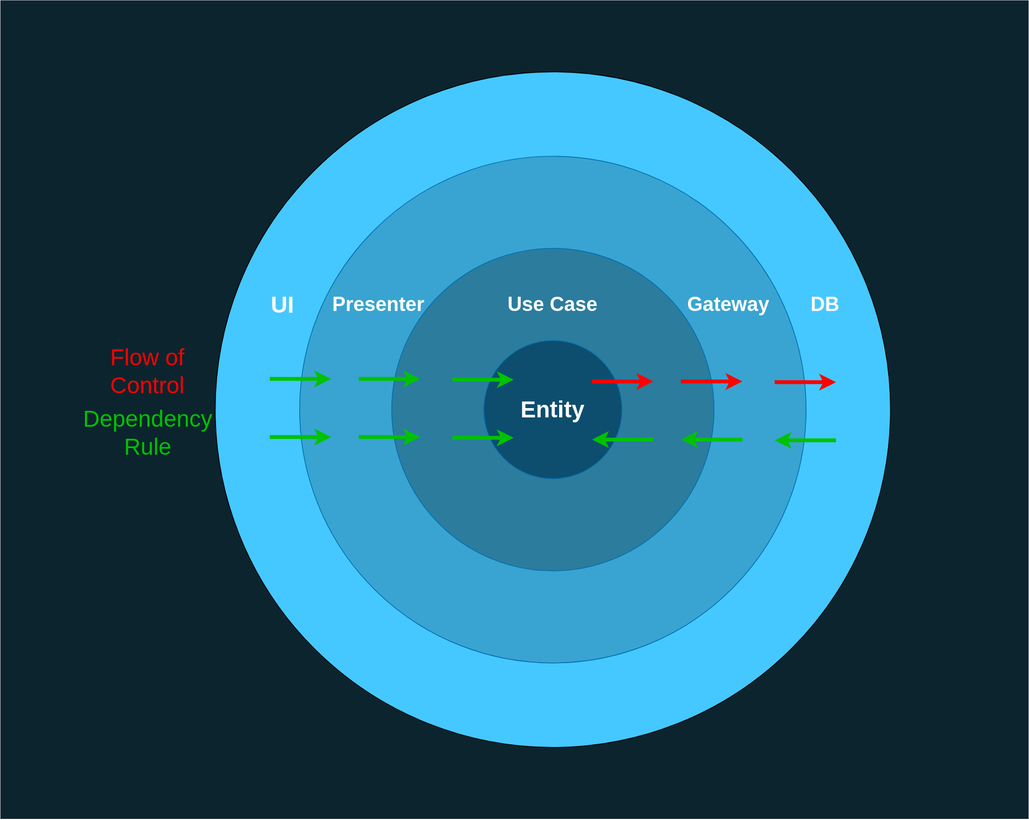
Above: diagrams/images/caFlowControlDependencyRule2.svg in AlexanderLapygin/dependency-inversion-slides (draw.io), before the change. Source tidied: cells renumbered, new cells last; positions are measured from the earlier drawing's top-left corner, leaving out a move shared by most shapes. Its diagram source:
```xml
<mxGraphModel background="#ffffff">
  <root>
    <mxCell id="0" />
    <mxCell id="1" parent="0" />
    <mxCell id="2" style="rounded=0;whiteSpace=wrap;html=1;fillColor=#0C242E;fontSize=30;fontColor=#FFFFFF;strokeColor=none;" parent="1" vertex="1">
      <mxGeometry y="-0.1" width="1340" height="1066.2" as="geometry" />
    </mxCell>
    <mxCell id="3" style="ellipse;whiteSpace=wrap;html=1;fillColor=#45C8FF;fontSize=30;labelPosition=center;verticalLabelPosition=top;align=center;verticalAlign=bottom;" parent="1" vertex="1">
      <mxGeometry x="280" y="93" width="880" height="880" as="geometry" />
    </mxCell>
    <mxCell id="4" style="ellipse;whiteSpace=wrap;html=1;fillColor=#39A4D1;fontSize=30;labelPosition=center;verticalLabelPosition=top;align=center;verticalAlign=bottom;fontStyle=0;strokeColor=#006EAF;fontColor=#ffffff;" parent="1" vertex="1">
      <mxGeometry x="390" y="203" width="660" height="660" as="geometry" />
    </mxCell>
    <mxCell id="5" style="ellipse;whiteSpace=wrap;html=1;fillColor=#2C7C9E;fontSize=30;labelPosition=center;verticalLabelPosition=top;align=center;verticalAlign=bottom;strokeColor=#006EAF;fontColor=#ffffff;" parent="1" vertex="1">
      <mxGeometry x="510" y="323" width="420" height="420" as="geometry" />
    </mxCell>
    <mxCell id="6" value="Entity" style="ellipse;whiteSpace=wrap;html=1;fillColor=#0D4E6E;fontSize=30;fontStyle=1;strokeColor=#006EAF;fontColor=#ffffff;" parent="1" vertex="1">
      <mxGeometry x="630" y="443" width="180" height="180" as="geometry" />
    </mxCell>
    <mxCell id="7" value="Use Case" style="text;html=1;strokeColor=none;fillColor=none;align=center;verticalAlign=middle;whiteSpace=wrap;rounded=0;fontSize=26;fontStyle=1;fontColor=#FFFFFF;" parent="1" vertex="1">
      <mxGeometry x="635" y="361" width="170" height="70" as="geometry" />
    </mxCell>
    <mxCell id="8" value="Presenter" style="text;html=1;strokeColor=none;fillColor=none;align=center;verticalAlign=middle;whiteSpace=wrap;rounded=0;fontSize=26;fontStyle=1;fontColor=#FFFFFF;" parent="1" vertex="1">
      <mxGeometry x="408" y="356" width="170" height="80" as="geometry" />
    </mxCell>
    <mxCell id="9" value="Gateway" style="text;html=1;strokeColor=none;fillColor=none;align=center;verticalAlign=middle;whiteSpace=wrap;rounded=0;fontSize=26;fontStyle=1;fontColor=#FFFFFF;" parent="1" vertex="1">
      <mxGeometry x="890" y="356" width="118" height="80" as="geometry" />
    </mxCell>
    <mxCell id="10" value="DB" style="text;html=1;strokeColor=none;fillColor=none;align=center;verticalAlign=middle;whiteSpace=wrap;rounded=0;fontSize=26;fontStyle=1;fontColor=#FFFFFF;" parent="1" vertex="1">
      <mxGeometry x="1020" y="371" width="110" height="50" as="geometry" />
    </mxCell>
    <mxCell id="11" value="UI" style="text;html=1;strokeColor=none;fillColor=none;align=center;verticalAlign=middle;whiteSpace=wrap;rounded=0;fontSize=30;fontStyle=1;fontColor=#FFFFFF;" parent="1" vertex="1">
      <mxGeometry x="328" y="356" width="80" height="80" as="geometry" />
    </mxCell>
    <mxCell id="12" style="endArrow=classic;html=1;fontSize=30;endFill=1;strokeWidth=5;strokeColor=#00C200;" parent="1" edge="1">
      <mxGeometry relative="1" as="geometry">
        <mxPoint x="851" y="572" as="sourcePoint" />
        <mxPoint x="771" y="572" as="targetPoint" />
      </mxGeometry>
    </mxCell>
    <mxCell id="13" style="endArrow=classic;html=1;fontSize=30;endFill=1;strokeWidth=5;strokeColor=#00C200;" parent="1" edge="1">
      <mxGeometry relative="1" as="geometry">
        <mxPoint x="967" y="572" as="sourcePoint" />
        <mxPoint x="887" y="572" as="targetPoint" />
      </mxGeometry>
    </mxCell>
    <mxCell id="14" style="endArrow=classic;html=1;fontSize=30;endFill=1;strokeWidth=5;strokeColor=#00C200;" parent="1" edge="1">
      <mxGeometry relative="1" as="geometry">
        <mxPoint x="1089" y="573" as="sourcePoint" />
        <mxPoint x="1009" y="573" as="targetPoint" />
      </mxGeometry>
    </mxCell>
    <mxCell id="15" value="Dependency Rule" style="text;html=1;strokeColor=none;fillColor=none;align=center;verticalAlign=middle;whiteSpace=wrap;rounded=0;fontSize=30;fontStyle=0;fontColor=#00C200;" parent="1" vertex="1">
      <mxGeometry x="106.5" y="523" width="171" height="80" as="geometry" />
    </mxCell>
    <mxCell id="16" value="Flow of&lt;br&gt;Control" style="text;html=1;strokeColor=none;fillColor=none;align=center;verticalAlign=middle;whiteSpace=wrap;rounded=0;fontSize=30;fontStyle=0;fontColor=#FF0000;" parent="1" vertex="1">
      <mxGeometry x="127" y="443" width="130" height="80" as="geometry" />
    </mxCell>
    <mxCell id="17" style="endArrow=none;html=1;fontSize=30;endFill=0;strokeWidth=5;strokeColor=#00C200;startArrow=classic;startFill=0;" parent="1" edge="1">
      <mxGeometry relative="1" as="geometry">
        <mxPoint x="431" y="568.7" as="sourcePoint" />
        <mxPoint x="351" y="568.7" as="targetPoint" />
      </mxGeometry>
    </mxCell>
    <mxCell id="18" style="endArrow=none;html=1;fontSize=30;endFill=0;strokeWidth=5;strokeColor=#00C200;startArrow=classic;startFill=0;" parent="1" edge="1">
      <mxGeometry relative="1" as="geometry">
        <mxPoint x="547" y="568.7" as="sourcePoint" />
        <mxPoint x="467" y="568.7" as="targetPoint" />
      </mxGeometry>
    </mxCell>
    <mxCell id="19" style="endArrow=none;html=1;fontSize=30;endFill=0;strokeWidth=5;strokeColor=#00C200;startArrow=classic;startFill=0;" parent="1" edge="1">
      <mxGeometry relative="1" as="geometry">
        <mxPoint x="669" y="569.7" as="sourcePoint" />
        <mxPoint x="589" y="569.7" as="targetPoint" />
      </mxGeometry>
    </mxCell>
    <mxCell id="20" style="endArrow=none;html=1;fontSize=30;endFill=0;strokeWidth=5;strokeColor=#FF0000;startArrow=classic;startFill=0;" parent="1" edge="1">
      <mxGeometry relative="1" as="geometry">
        <mxPoint x="851" y="496.3" as="sourcePoint" />
        <mxPoint x="771" y="496.3" as="targetPoint" />
      </mxGeometry>
    </mxCell>
    <mxCell id="21" style="endArrow=none;html=1;fontSize=30;endFill=0;strokeWidth=5;strokeColor=#FF0000;startArrow=classic;startFill=0;" parent="1" edge="1">
      <mxGeometry relative="1" as="geometry">
        <mxPoint x="967" y="496.3" as="sourcePoint" />
        <mxPoint x="887" y="496.3" as="targetPoint" />
      </mxGeometry>
    </mxCell>
    <mxCell id="22" style="endArrow=none;html=1;fontSize=30;endFill=0;strokeWidth=5;strokeColor=#FF0000;startArrow=classic;startFill=0;" parent="1" edge="1">
      <mxGeometry relative="1" as="geometry">
        <mxPoint x="1089" y="497.3" as="sourcePoint" />
        <mxPoint x="1009" y="497.3" as="targetPoint" />
      </mxGeometry>
    </mxCell>
    <mxCell id="23" style="endArrow=none;html=1;fontSize=30;endFill=0;strokeWidth=5;strokeColor=#00C200;startArrow=classic;startFill=0;" parent="1" edge="1">
      <mxGeometry relative="1" as="geometry">
        <mxPoint x="431" y="493" as="sourcePoint" />
        <mxPoint x="351" y="493" as="targetPoint" />
      </mxGeometry>
    </mxCell>
    <mxCell id="24" style="endArrow=none;html=1;fontSize=30;endFill=0;strokeWidth=5;strokeColor=#00C200;startArrow=classic;startFill=0;" parent="1" edge="1">
      <mxGeometry relative="1" as="geometry">
        <mxPoint x="547" y="493" as="sourcePoint" />
        <mxPoint x="467" y="493" as="targetPoint" />
      </mxGeometry>
    </mxCell>
    <mxCell id="25" style="endArrow=none;html=1;fontSize=30;endFill=0;strokeWidth=5;strokeColor=#00C200;startArrow=classic;startFill=0;" parent="1" edge="1">
      <mxGeometry relative="1" as="geometry">
        <mxPoint x="669" y="494" as="sourcePoint" />
        <mxPoint x="589" y="494" as="targetPoint" />
      </mxGeometry>
    </mxCell>
  </root>
</mxGraphModel>
```
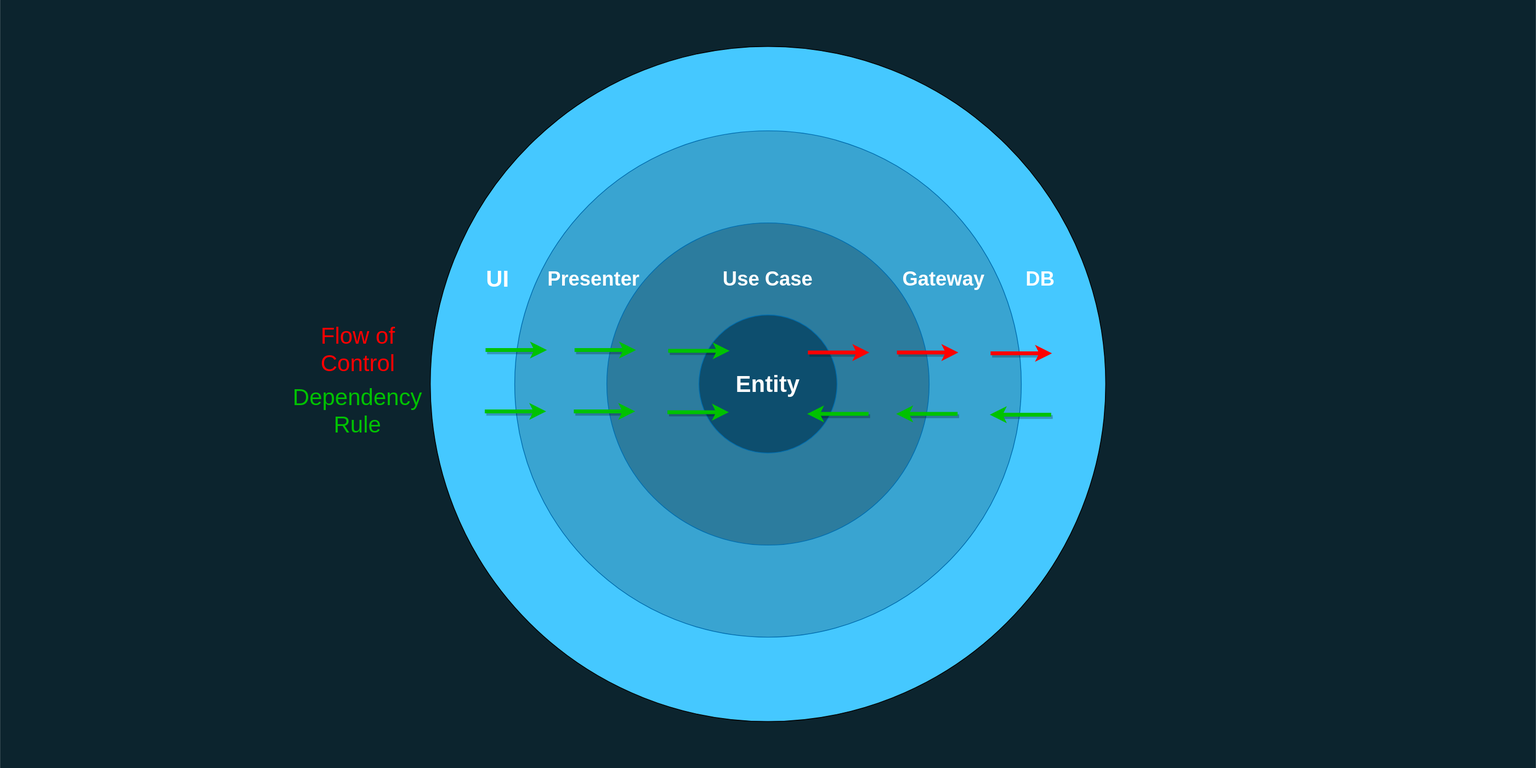
After the change.

What changed in the source:
```diff
@@ -2,8 +2,8 @@
   <root>
     <mxCell id="0" />
     <mxCell id="1" parent="0" />
-    <mxCell id="2" style="rounded=0;whiteSpace=wrap;html=1;fillColor=#0C242E;fontSize=30;fontColor=#FFFFFF;strokeColor=none;" parent="1" vertex="1">
-      <mxGeometry y="-0.1" width="1340" height="1066.2" as="geometry" />
+    <mxCell id="2" style="rounded=0;whiteSpace=wrap;html=1;fillColor=#0C242E;fontSize=30;fontColor=#FFFFFF;strokeColor=#0C242E;" parent="1" vertex="1">
+      <mxGeometry x="-280" y="33" width="2000" height="1000" as="geometry" />
     </mxCell>
     <mxCell id="3" style="ellipse;whiteSpace=wrap;html=1;fillColor=#45C8FF;fontSize=30;labelPosition=center;verticalLabelPosition=top;align=center;verticalAlign=bottom;" parent="1" vertex="1">
       <mxGeometry x="280" y="93" width="880" height="880" as="geometry" />
@@ -32,83 +32,83 @@
     <mxCell id="11" value="UI" style="text;html=1;strokeColor=none;fillColor=none;align=center;verticalAlign=middle;whiteSpace=wrap;rounded=0;fontSize=30;fontStyle=1;fontColor=#FFFFFF;" parent="1" vertex="1">
       <mxGeometry x="328" y="356" width="80" height="80" as="geometry" />
     </mxCell>
-    <mxCell id="12" style="endArrow=classic;html=1;fontSize=30;endFill=1;strokeWidth=5;strokeColor=#00C200;" parent="1" edge="1">
+    <mxCell id="12" style="endArrow=classic;html=1;fontSize=30;endFill=1;strokeWidth=5;strokeColor=#00C200;shadow=1;" parent="1" edge="1">
       <mxGeometry relative="1" as="geometry">
         <mxPoint x="851" y="572" as="sourcePoint" />
         <mxPoint x="771" y="572" as="targetPoint" />
       </mxGeometry>
     </mxCell>
-    <mxCell id="13" style="endArrow=classic;html=1;fontSize=30;endFill=1;strokeWidth=5;strokeColor=#00C200;" parent="1" edge="1">
+    <mxCell id="13" style="endArrow=classic;html=1;fontSize=30;endFill=1;strokeWidth=5;strokeColor=#00C200;shadow=1;" parent="1" edge="1">
       <mxGeometry relative="1" as="geometry">
         <mxPoint x="967" y="572" as="sourcePoint" />
         <mxPoint x="887" y="572" as="targetPoint" />
       </mxGeometry>
     </mxCell>
-    <mxCell id="14" style="endArrow=classic;html=1;fontSize=30;endFill=1;strokeWidth=5;strokeColor=#00C200;" parent="1" edge="1">
+    <mxCell id="14" style="endArrow=classic;html=1;fontSize=30;endFill=1;strokeWidth=5;strokeColor=#00C200;shadow=1;" parent="1" edge="1">
       <mxGeometry relative="1" as="geometry">
         <mxPoint x="1089" y="573" as="sourcePoint" />
         <mxPoint x="1009" y="573" as="targetPoint" />
       </mxGeometry>
     </mxCell>
     <mxCell id="15" value="Dependency Rule" style="text;html=1;strokeColor=none;fillColor=none;align=center;verticalAlign=middle;whiteSpace=wrap;rounded=0;fontSize=30;fontStyle=0;fontColor=#00C200;" parent="1" vertex="1">
-      <mxGeometry x="106.5" y="523" width="171" height="80" as="geometry" />
+      <mxGeometry x="100" y="528" width="171" height="80" as="geometry" />
     </mxCell>
-    <mxCell id="16" value="Flow of&lt;br&gt;Control" style="text;html=1;strokeColor=none;fillColor=none;align=center;verticalAlign=middle;whiteSpace=wrap;rounded=0;fontSize=30;fontStyle=0;fontColor=#FF0000;" parent="1" vertex="1">
-      <mxGeometry x="127" y="443" width="130" height="80" as="geometry" />
+    <mxCell id="16" value="Flow of&lt;br&gt;Control" style="text;html=1;strokeColor=none;fillColor=none;align=center;verticalAlign=middle;whiteSpace=wrap;rounded=0;fontSize=30;fontStyle=0;fontColor=#FF0000;shadow=0;" parent="1" vertex="1">
+      <mxGeometry x="120.5" y="448" width="130" height="80" as="geometry" />
     </mxCell>
-    <mxCell id="17" style="endArrow=none;html=1;fontSize=30;endFill=0;strokeWidth=5;strokeColor=#00C200;startArrow=classic;startFill=0;" parent="1" edge="1">
+    <mxCell id="17" style="endArrow=none;html=1;fontSize=30;endFill=0;strokeWidth=5;strokeColor=#00C200;startArrow=classic;startFill=0;shadow=1;" parent="1" edge="1">
       <mxGeometry relative="1" as="geometry">
         <mxPoint x="431" y="568.7" as="sourcePoint" />
         <mxPoint x="351" y="568.7" as="targetPoint" />
       </mxGeometry>
     </mxCell>
-    <mxCell id="18" style="endArrow=none;html=1;fontSize=30;endFill=0;strokeWidth=5;strokeColor=#00C200;startArrow=classic;startFill=0;" parent="1" edge="1">
+    <mxCell id="18" style="endArrow=none;html=1;fontSize=30;endFill=0;strokeWidth=5;strokeColor=#00C200;startArrow=classic;startFill=0;shadow=1;" parent="1" edge="1">
       <mxGeometry relative="1" as="geometry">
         <mxPoint x="547" y="568.7" as="sourcePoint" />
         <mxPoint x="467" y="568.7" as="targetPoint" />
       </mxGeometry>
     </mxCell>
-    <mxCell id="19" style="endArrow=none;html=1;fontSize=30;endFill=0;strokeWidth=5;strokeColor=#00C200;startArrow=classic;startFill=0;" parent="1" edge="1">
+    <mxCell id="19" style="endArrow=none;html=1;fontSize=30;endFill=0;strokeWidth=5;strokeColor=#00C200;startArrow=classic;startFill=0;shadow=1;" parent="1" edge="1">
       <mxGeometry relative="1" as="geometry">
         <mxPoint x="669" y="569.7" as="sourcePoint" />
         <mxPoint x="589" y="569.7" as="targetPoint" />
       </mxGeometry>
     </mxCell>
-    <mxCell id="20" style="endArrow=none;html=1;fontSize=30;endFill=0;strokeWidth=5;strokeColor=#FF0000;startArrow=classic;startFill=0;" parent="1" edge="1">
-      <mxGeometry relative="1" as="geometry">
-        <mxPoint x="851" y="496.3" as="sourcePoint" />
-        <mxPoint x="771" y="496.3" as="targetPoint" />
-      </mxGeometry>
-    </mxCell>
-    <mxCell id="21" style="endArrow=none;html=1;fontSize=30;endFill=0;strokeWidth=5;strokeColor=#FF0000;startArrow=classic;startFill=0;" parent="1" edge="1">
-      <mxGeometry relative="1" as="geometry">
-        <mxPoint x="967" y="496.3" as="sourcePoint" />
-        <mxPoint x="887" y="496.3" as="targetPoint" />
-      </mxGeometry>
-    </mxCell>
-    <mxCell id="22" style="endArrow=none;html=1;fontSize=30;endFill=0;strokeWidth=5;strokeColor=#FF0000;startArrow=classic;startFill=0;" parent="1" edge="1">
-      <mxGeometry relative="1" as="geometry">
-        <mxPoint x="1089" y="497.3" as="sourcePoint" />
-        <mxPoint x="1009" y="497.3" as="targetPoint" />
-      </mxGeometry>
-    </mxCell>
-    <mxCell id="23" style="endArrow=none;html=1;fontSize=30;endFill=0;strokeWidth=5;strokeColor=#00C200;startArrow=classic;startFill=0;" parent="1" edge="1">
-      <mxGeometry relative="1" as="geometry">
-        <mxPoint x="431" y="493" as="sourcePoint" />
-        <mxPoint x="351" y="493" as="targetPoint" />
-      </mxGeometry>
-    </mxCell>
-    <mxCell id="24" style="endArrow=none;html=1;fontSize=30;endFill=0;strokeWidth=5;strokeColor=#00C200;startArrow=classic;startFill=0;" parent="1" edge="1">
-      <mxGeometry relative="1" as="geometry">
-        <mxPoint x="547" y="493" as="sourcePoint" />
-        <mxPoint x="467" y="493" as="targetPoint" />
-      </mxGeometry>
-    </mxCell>
-    <mxCell id="25" style="endArrow=none;html=1;fontSize=30;endFill=0;strokeWidth=5;strokeColor=#00C200;startArrow=classic;startFill=0;" parent="1" edge="1">
-      <mxGeometry relative="1" as="geometry">
-        <mxPoint x="669" y="494" as="sourcePoint" />
-        <mxPoint x="589" y="494" as="targetPoint" />
-      </mxGeometry>
-    </mxCell>
+    <mxCell id="26" style="endArrow=none;html=1;fontSize=30;endFill=0;strokeWidth=5;strokeColor=#FF0000;startArrow=classic;startFill=0;shadow=1;" parent="1" edge="1">
+      <mxGeometry relative="1" as="geometry">
+        <mxPoint x="852" y="492" as="sourcePoint" />
+        <mxPoint x="772" y="492" as="targetPoint" />
+      </mxGeometry>
+    </mxCell>
+    <mxCell id="27" style="endArrow=none;html=1;fontSize=30;endFill=0;strokeWidth=5;strokeColor=#FF0000;startArrow=classic;startFill=0;shadow=1;" parent="1" edge="1">
+      <mxGeometry relative="1" as="geometry">
+        <mxPoint x="968" y="492" as="sourcePoint" />
+        <mxPoint x="888" y="492" as="targetPoint" />
+      </mxGeometry>
+    </mxCell>
+    <mxCell id="28" style="endArrow=none;html=1;fontSize=30;endFill=0;strokeWidth=5;strokeColor=#FF0000;startArrow=classic;startFill=0;shadow=1;comic=0;jumpStyle=none;" parent="1" edge="1">
+      <mxGeometry relative="1" as="geometry">
+        <mxPoint x="1090" y="493" as="sourcePoint" />
+        <mxPoint x="1010" y="493" as="targetPoint" />
+      </mxGeometry>
+    </mxCell>
+    <mxCell id="29" style="endArrow=none;html=1;fontSize=30;endFill=0;strokeWidth=5;strokeColor=#00C200;startArrow=classic;startFill=0;shadow=1;" parent="1" edge="1">
+      <mxGeometry relative="1" as="geometry">
+        <mxPoint x="432" y="488.7" as="sourcePoint" />
+        <mxPoint x="352" y="488.7" as="targetPoint" />
+      </mxGeometry>
+    </mxCell>
+    <mxCell id="30" style="endArrow=none;html=1;fontSize=30;endFill=0;strokeWidth=5;strokeColor=#00C200;startArrow=classic;startFill=0;shadow=1;" parent="1" edge="1">
+      <mxGeometry relative="1" as="geometry">
+        <mxPoint x="548" y="488.7" as="sourcePoint" />
+        <mxPoint x="468" y="488.7" as="targetPoint" />
+      </mxGeometry>
+    </mxCell>
+    <mxCell id="31" style="endArrow=none;html=1;fontSize=30;endFill=0;strokeWidth=5;strokeColor=#00C200;startArrow=classic;startFill=0;shadow=1;" parent="1" edge="1">
+      <mxGeometry relative="1" as="geometry">
+        <mxPoint x="670" y="489.7" as="sourcePoint" />
+        <mxPoint x="590" y="489.7" as="targetPoint" />
+      </mxGeometry>
+    </mxCell>
   </root>
 </mxGraphModel>
```
